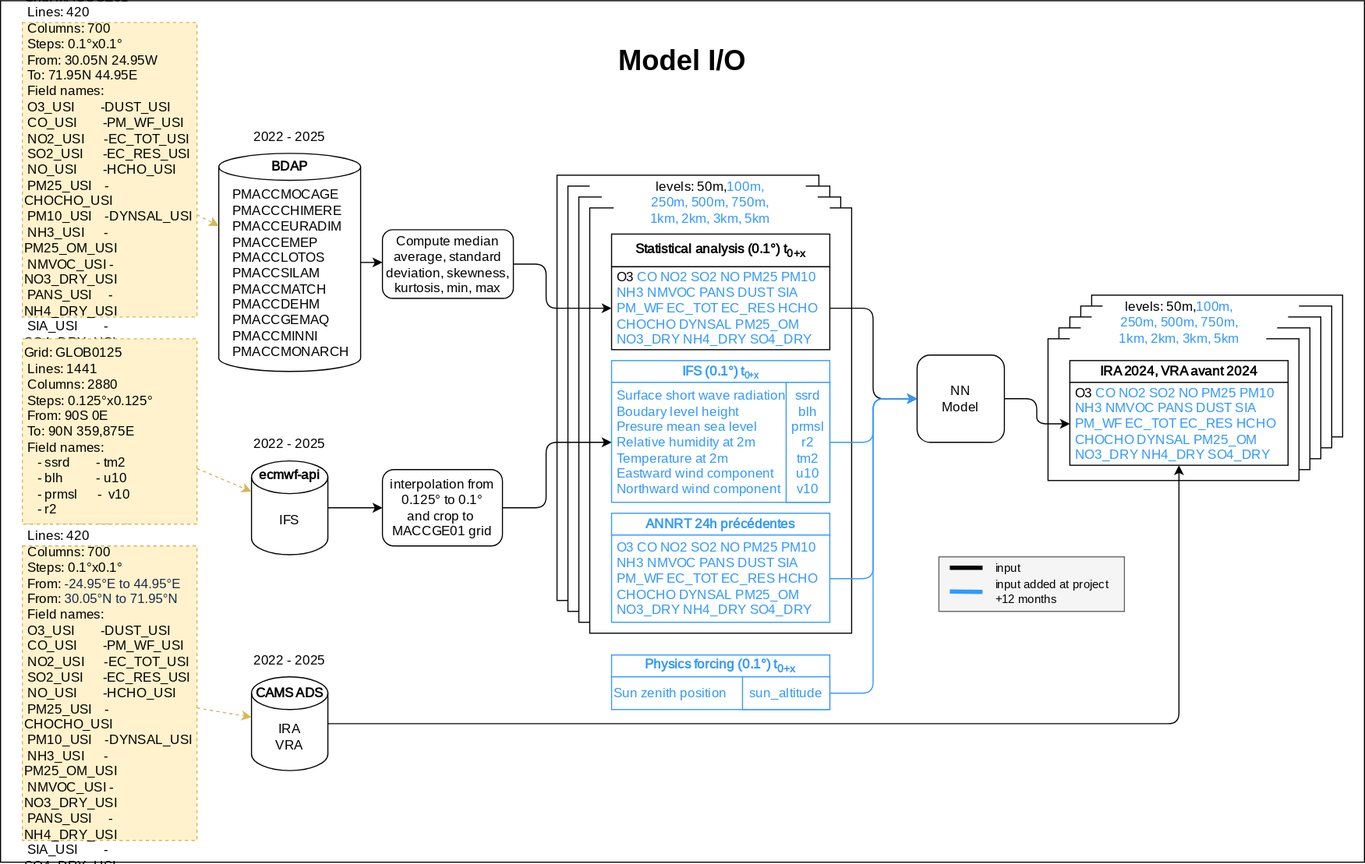
This is doc/images/model_io.svg from meteofrance/cams-dl-ensemble, a draw.io export, as it was before one commit. Source tidied: cells renumbered, new cells last; positions are measured from the earlier drawing's top-left corner, leaving out a move shared by most shapes.
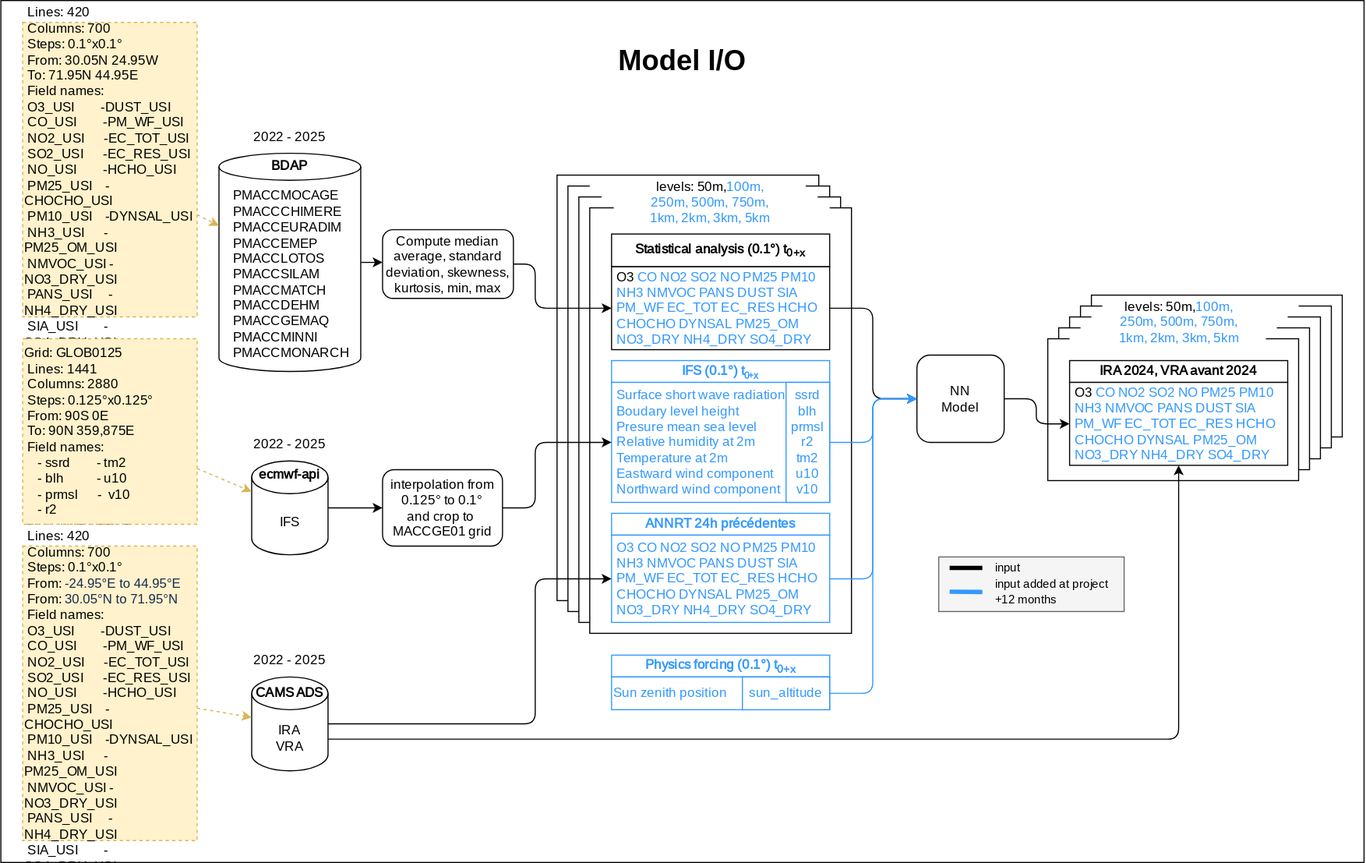
After the commit.

What changed in the source:
```diff
@@ -125,7 +125,7 @@
     <mxCell id="39" style="html=1;entryX=0;entryY=0.5;entryDx=0;entryDy=0;exitX=1;exitY=0.5;exitDx=0;exitDy=0;edgeStyle=elbowEdgeStyle;" parent="1" edge="1" source="40" target="20">
       <mxGeometry relative="1" as="geometry">
         <Array as="points">
-          <mxPoint x="500" y="260" />
+          <mxPoint x="490" y="260" />
         </Array>
       </mxGeometry>
     </mxCell>
@@ -144,7 +144,7 @@
     <mxCell id="44" style="edgeStyle=elbowEdgeStyle;html=1;exitX=1;exitY=0.5;exitDx=0;exitDy=0;entryX=0;entryY=0.5;entryDx=0;entryDy=0;" parent="1" edge="1" source="45" target="17">
       <mxGeometry relative="1" as="geometry">
         <Array as="points">
-          <mxPoint x="500" y="450" />
+          <mxPoint x="490" y="430" />
         </Array>
       </mxGeometry>
     </mxCell>
@@ -187,10 +187,17 @@
     <mxCell id="57" style="edgeStyle=none;html=1;fillColor=#fff2cc;strokeColor=#d6b656;dashed=1;" parent="1" edge="1" source="50" target="41">
       <mxGeometry relative="1" as="geometry" />
     </mxCell>
+    <mxCell id="67" style="edgeStyle=elbowEdgeStyle;html=1;exitX=1;exitY=0.5;exitDx=0;exitDy=0;entryX=0;entryY=0.5;entryDx=0;entryDy=0;exitPerimeter=0;" parent="1" edge="1" source="46" target="27">
+      <mxGeometry relative="1" as="geometry">
+        <Array as="points">
+          <mxPoint x="490" y="590" />
+        </Array>
+      </mxGeometry>
+    </mxCell>
     <mxCell id="58" value="&lt;b style=&quot;scrollbar-color: rgb(226, 226, 226) rgb(251, 251, 251); font-family: &amp;quot;Atkinson Hyperlegible&amp;quot;; text-decoration-color: initial;&quot;&gt;CAMS ADS&lt;/b&gt;" style="text;html=1;align=center;verticalAlign=middle;whiteSpace=wrap;rounded=0;" parent="1" vertex="1">
       <mxGeometry x="230" y="620" width="70" height="30" as="geometry" />
     </mxCell>
-    <mxCell id="59" style="edgeStyle=orthogonalEdgeStyle;html=1;exitX=1;exitY=0.5;exitDx=0;exitDy=0;exitPerimeter=0;entryX=0.5;entryY=1;entryDx=0;entryDy=0;" parent="1" edge="1" source="46" target="64">
+    <mxCell id="59" style="edgeStyle=orthogonalEdgeStyle;html=1;exitX=1;exitY=0;exitDx=0;exitDy=57;exitPerimeter=0;entryX=0.5;entryY=1;entryDx=0;entryDy=0;" parent="1" edge="1" source="46" target="64">
       <mxGeometry relative="1" as="geometry" />
     </mxCell>
     <mxCell id="60" value="&lt;font&gt;&lt;font style=&quot;color: rgb(51, 153, 255);&quot;&gt;Physics forcing (0.1°) t&lt;/font&gt;&lt;sub style=&quot;scrollbar-color: rgb(226, 226, 226) rgb(251, 251, 251); text-decoration-color: initial;&quot;&gt;&lt;font style=&quot;color: rgb(51, 153, 255);&quot;&gt;0+x&lt;/font&gt;&lt;/sub&gt;&lt;/font&gt;" style="rounded=0;whiteSpace=wrap;html=1;fontStyle=1;labelBackgroundColor=none;fontColor=#3399FF;strokeColor=#3399FF;fontFamily=Atkinson Hyperlegible;fontSource=https%3A%2F%2Ffonts.googleapis.com%2Fcss%3Ffamily%3DAtkinson%2BHyperlegible;" parent="1" vertex="1">
```
